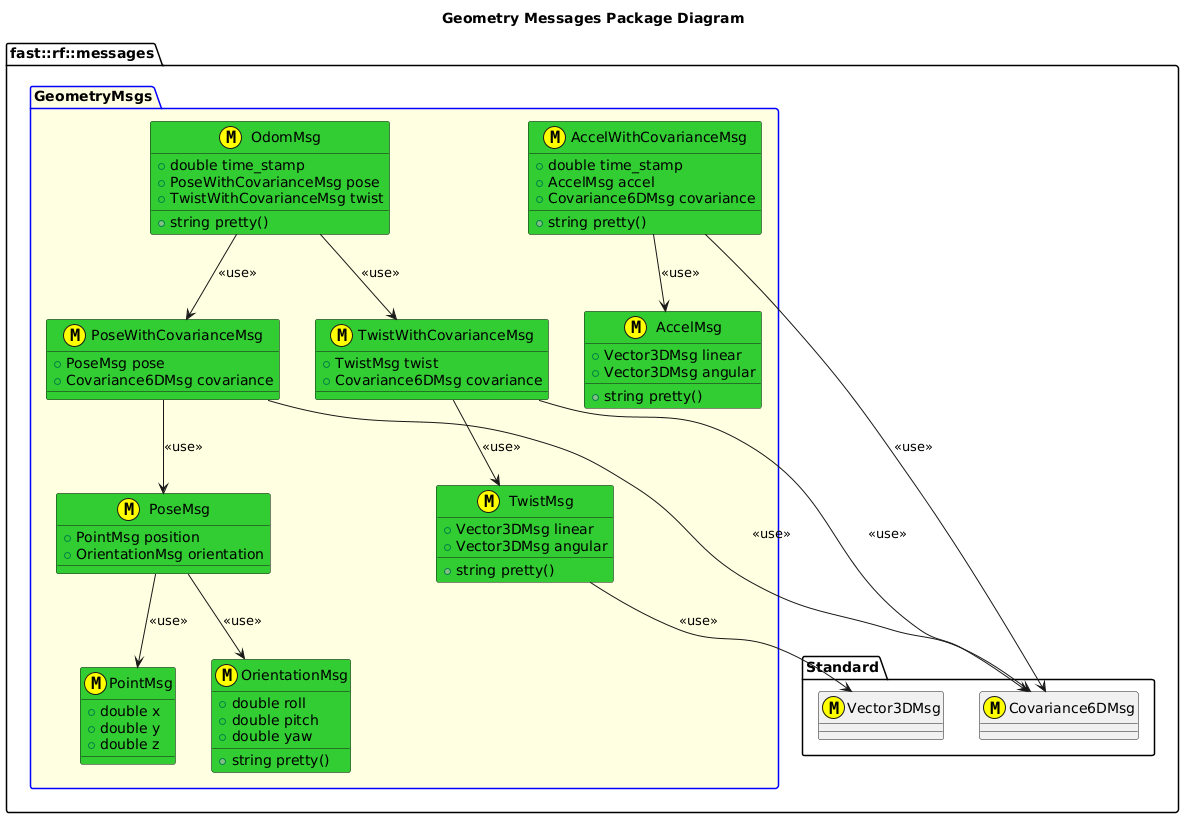
Above: msgs/GeometryMsgs/doc/puml/GeometryMessagesClassDiagram.png in fastrobotics/robot_framework (PlantUML), before the change. The source it was exported from:
```plantuml
@startuml
title Geometry Messages Package Diagram

namespace fast::rf::messages {
  namespace Standard {
    class Covariance6DMsg <<(M,#FFFF00) >>
    class Vector3DMsg <<(M,#FFFF00) >>
  }

  package GeometryMsgs #LightYellow;line:blue {
    struct AccelMsg <<(M,#FFFF00)>> #LimeGreen {
      +string pretty()
      +Vector3DMsg linear
      +Vector3DMsg angular
    }
    struct AccelWithCovarianceMsg <<(M,#FFFF00)>> #LimeGreen {
      +string pretty()
      +double time_stamp
      +AccelMsg accel
      +Covariance6DMsg covariance
    }
    AccelWithCovarianceMsg --> AccelMsg: <<use>>
    AccelWithCovarianceMsg --> Covariance6DMsg: <<use>>
    struct PointMsg <<(M,#FFFF00) >> #LimeGreen {
      +double x
      +double y
      +double z
    }
    struct OrientationMsg <<(M,#FFFF00) >> #LimeGreen {
      +double roll
      +double pitch
      +double yaw
      +string pretty()
    }
    struct PoseMsg <<(M,#FFFF00)>> #LimeGreen {
      +PointMsg position
      +OrientationMsg orientation

    }
    PoseMsg --> PointMsg: <<use>>
    PoseMsg --> OrientationMsg: <<use>>
    struct PoseWithCovarianceMsg <<(M,#FFFF00)>> #LimeGreen {
      +PoseMsg pose
      +Covariance6DMsg covariance
    }
    PoseWithCovarianceMsg --> Covariance6DMsg: <<use>>
    PoseWithCovarianceMsg --> PoseMsg: <<use>>

    struct TwistMsg <<(M,#FFFF00)>> #LimeGreen {
      +Vector3DMsg linear
      +Vector3DMsg angular
      +string pretty()
    }
    TwistMsg --> Vector3DMsg: <<use>>

    struct TwistWithCovarianceMsg <<(M,#FFFF00)>> #LimeGreen {
      +TwistMsg twist
      +Covariance6DMsg covariance
    }
    TwistWithCovarianceMsg --> TwistMsg: <<use>>
    TwistWithCovarianceMsg --> Covariance6DMsg: <<use>>

    struct OdomMsg <<(M,#FFFF00)>> #LimeGreen {
      +string pretty()
      +double time_stamp
      +PoseWithCovarianceMsg pose
      +TwistWithCovarianceMsg twist
    }
    OdomMsg --> PoseWithCovarianceMsg: <<use>>
    OdomMsg --> TwistWithCovarianceMsg: <<use>>
  }

}
@enduml
```
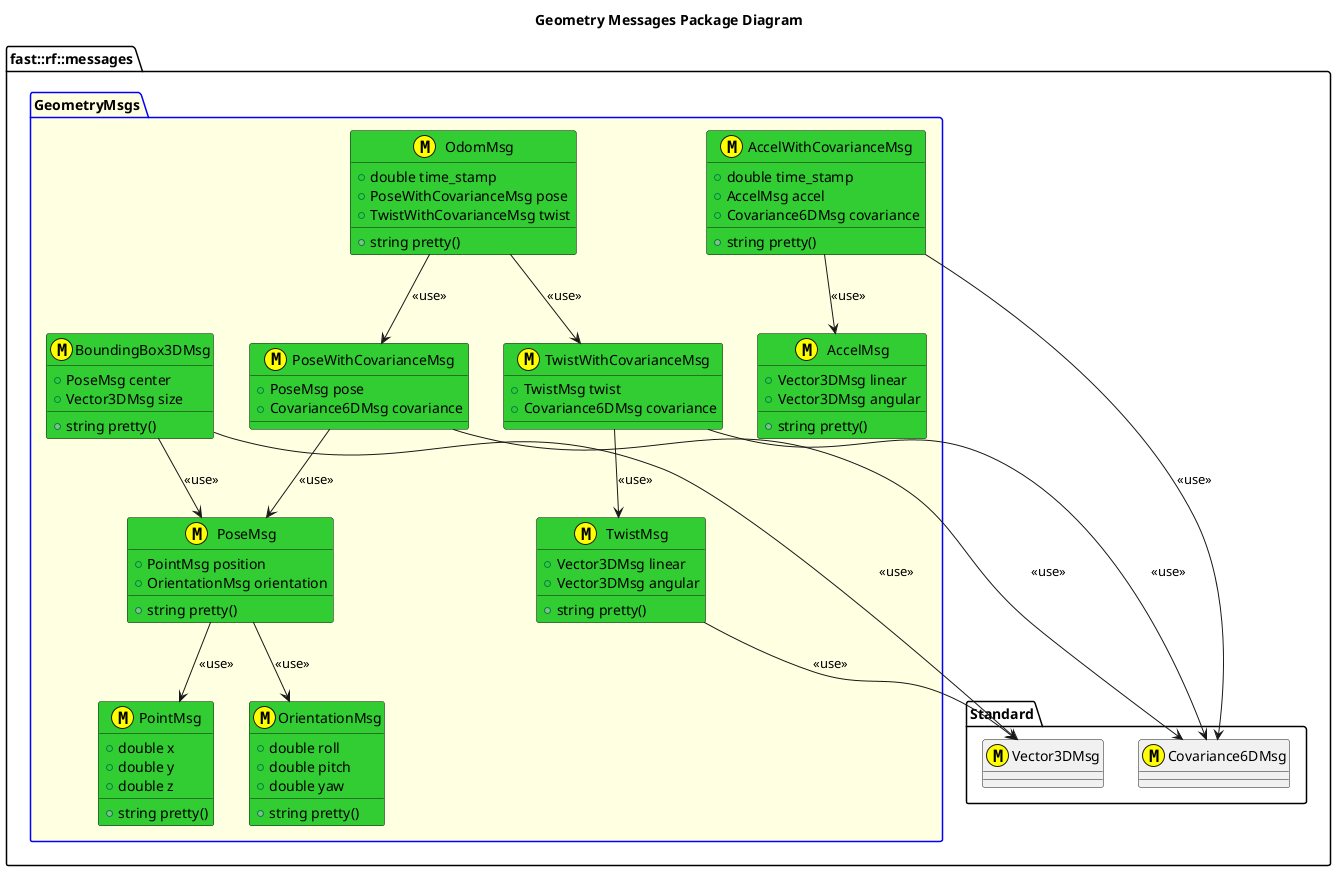
Above is the later version.

Diff of the diagram source:
```diff
@@ -25,6 +25,7 @@
       +double x
       +double y
       +double z
+      +string pretty()
     }
     struct OrientationMsg <<(M,#FFFF00) >> #LimeGreen {
       +double roll
@@ -35,6 +36,7 @@
     struct PoseMsg <<(M,#FFFF00)>> #LimeGreen {
       +PointMsg position
       +OrientationMsg orientation
+      +string pretty()
 
     }
     PoseMsg --> PointMsg: <<use>>
@@ -68,6 +70,13 @@
     }
     OdomMsg --> PoseWithCovarianceMsg: <<use>>
     OdomMsg --> TwistWithCovarianceMsg: <<use>>
+    class BoundingBox3DMsg <<(M,#FFFF00)>> #LimeGreen {
+        +PoseMsg center
+        +Vector3DMsg size
+        +string pretty()
+    }
+    BoundingBox3DMsg --> PoseMsg: <<use>>
+    BoundingBox3DMsg --> Vector3DMsg: <<use>>
   }
 
 }
```
